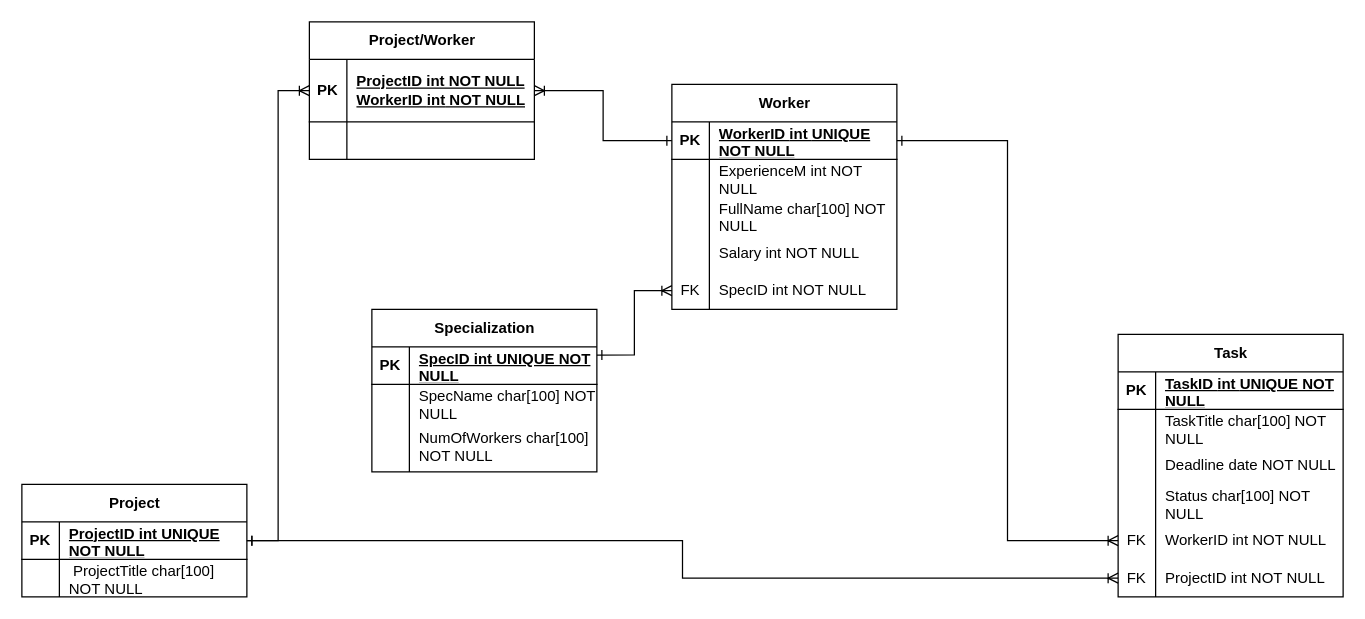
karotyan/DatabaseLab1 keeps this draw.io diagram as bdlab1_1.drawio. Above is the earlier version. Source tidied: cells renumbered, new cells numbered last; positions are measured from the earlier drawing's top-left corner, leaving out a move shared by most shapes. Both pictures are drawn from the tidied source at 125%, with x=0, y=0 at pixel (21, 21).
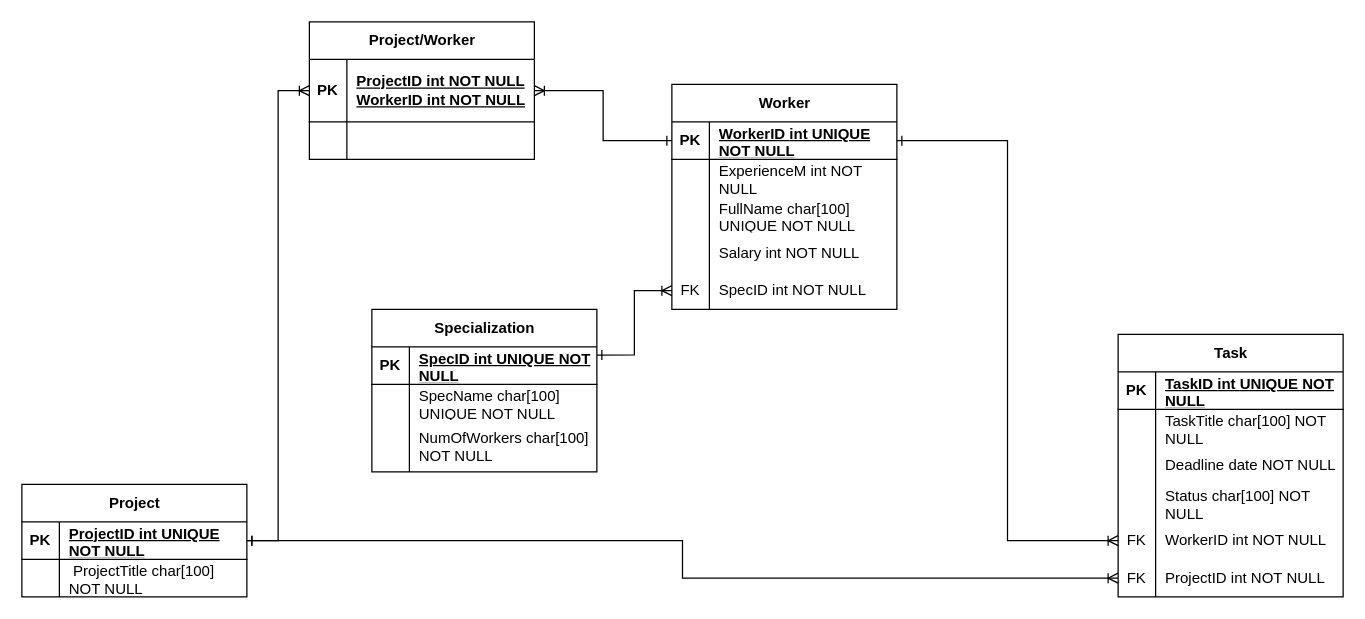
Above is the later version.

The change refers to these unchanged cells:
```xml
<mxCell id="9" style="shape=tableRow;horizontal=0;startSize=0;swimlaneHead=0;swimlaneBody=0;fillColor=none;top=0;left=0;right=0;bottom=0;" parent="2" vertex="1">
  <mxGeometry y="90" width="180" height="30" as="geometry" />
</mxCell>
<mxCell id="41" style="shape=tableRow;horizontal=0;startSize=0;swimlaneHead=0;swimlaneBody=0;fillColor=none;top=0;left=0;right=0;bottom=0;" parent="37" vertex="1">
  <mxGeometry y="60" width="180" height="30" as="geometry" />
</mxCell>
```

Change to the diagram source:
```diff
@@
-    <mxCell id="11" value="FullName char[100] NOT NULL" style="shape=partialRectangle;fillColor=none;top=0;left=0;bottom=0;right=0;align=left;spacingLeft=6;overflow=hidden;whiteSpace=wrap;html=1;" parent="9" vertex="1">
+    <mxCell id="11" value="FullName char[100] UNIQUE NOT NULL" style="shape=partialRectangle;fillColor=none;top=0;left=0;bottom=0;right=0;align=left;spacingLeft=6;overflow=hidden;whiteSpace=wrap;html=1;" parent="9" vertex="1">
       <mxGeometry x="30" width="150" height="30" as="geometry" />
     </mxCell>
@@
-    <mxCell id="43" value="SpecName char[100] NOT NULL" style="shape=partialRectangle;fillColor=none;top=0;left=0;bottom=0;right=0;align=left;spacingLeft=6;overflow=hidden;whiteSpace=wrap;html=1;" parent="41" vertex="1">
+    <mxCell id="43" value="SpecName char[100] UNIQUE NOT NULL" style="shape=partialRectangle;fillColor=none;top=0;left=0;bottom=0;right=0;align=left;spacingLeft=6;overflow=hidden;whiteSpace=wrap;html=1;" parent="41" vertex="1">
       <mxGeometry x="30" width="150" height="30" as="geometry" />
     </mxCell>
```
